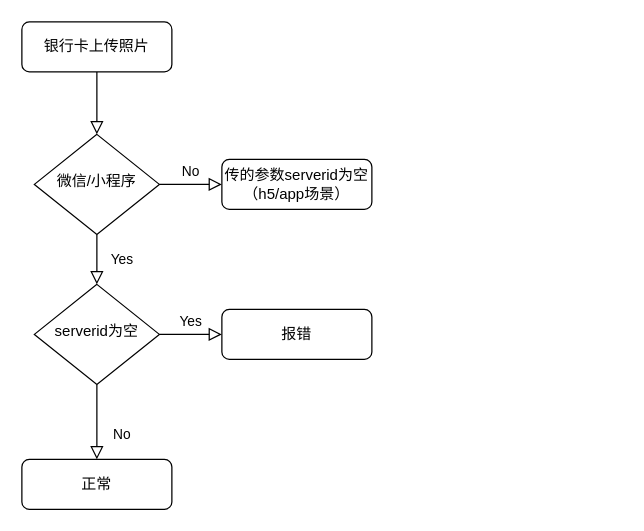
Before: 未命名绘图.drawio in North30/user, a draw.io diagram. Source tidied: cells renumbered, new cells numbered last; positions are measured from the earlier drawing's top-left corner, leaving out a move shared by most shapes. Both pictures are drawn from the tidied source at 125%, with x=0, y=0 at pixel (21, 21).
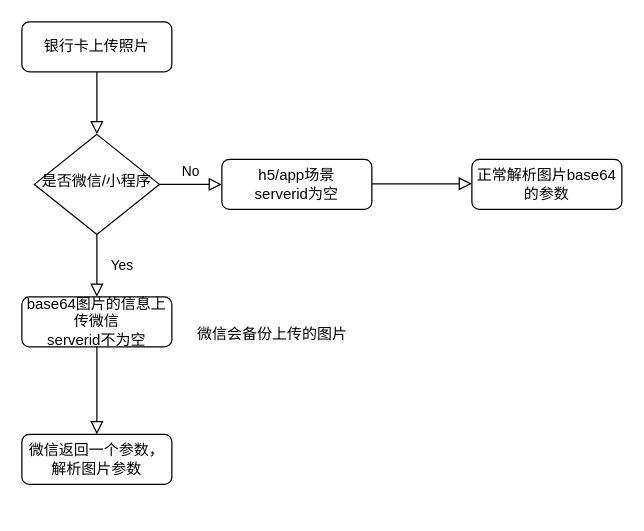
The same diagram, later.

Commit message:
更新未命名绘图.drawio

What changed in the source:
```diff
@@
 <mxGraphModel>
   <root>
     <mxCell id="0" />
     <mxCell id="1" parent="0" />
     <mxCell id="2" style="rounded=0;html=1;jettySize=auto;fontSize=11;endArrow=block;endFill=0;endSize=8;strokeWidth=1;shadow=0;labelBackgroundColor=none;edgeStyle=orthogonalEdgeStyle;" parent="1" edge="1" source="3" target="6">
       <mxGeometry relative="1" as="geometry" />
     </mxCell>
     <mxCell id="3" value="银行卡上传照片" style="rounded=1;whiteSpace=wrap;html=1;fontSize=12;glass=0;strokeWidth=1;shadow=0;" parent="1" vertex="1">
       <mxGeometry width="120" height="40" as="geometry" />
     </mxCell>
-    <mxCell id="4" value="Yes" style="rounded=0;html=1;jettySize=auto;fontSize=11;endArrow=block;endFill=0;endSize=8;strokeWidth=1;shadow=0;labelBackgroundColor=none;edgeStyle=orthogonalEdgeStyle;" parent="1" edge="1" source="6" target="10">
+    <mxCell id="4" value="Yes" style="rounded=0;html=1;jettySize=auto;fontSize=11;endArrow=block;endFill=0;endSize=8;strokeWidth=1;shadow=0;labelBackgroundColor=none;edgeStyle=orthogonalEdgeStyle;entryX=0.5;entryY=0;entryDx=0;entryDy=0;" parent="1" edge="1" source="6" target="15">
       <mxGeometry y="20" relative="1" as="geometry" />
     </mxCell>
     <mxCell id="5" value="No" style="edgeStyle=orthogonalEdgeStyle;rounded=0;html=1;jettySize=auto;fontSize=11;endArrow=block;endFill=0;endSize=8;strokeWidth=1;shadow=0;labelBackgroundColor=none;" parent="1" edge="1" source="6" target="7">
       <mxGeometry y="10" relative="1" as="geometry" />
     </mxCell>
-    <mxCell id="6" value="微信/小程序" style="rhombus;whiteSpace=wrap;html=1;shadow=0;fontFamily=Helvetica;fontSize=12;align=center;strokeWidth=1;spacing=6;spacingTop=-4;" parent="1" vertex="1">
+    <mxCell id="6" value="是否微信/小程序" style="rhombus;whiteSpace=wrap;html=1;shadow=0;fontFamily=Helvetica;fontSize=12;align=center;strokeWidth=1;spacing=6;spacingTop=-4;" parent="1" vertex="1">
       <mxGeometry x="10" y="90" width="100" height="80" as="geometry" />
     </mxCell>
-    <mxCell id="7" value="传的参数serverid为空（h5/app场景）" style="rounded=1;whiteSpace=wrap;html=1;fontSize=12;glass=0;strokeWidth=1;shadow=0;" parent="1" vertex="1">
+    <mxCell id="7" value="&lt;span&gt;h5/app场景&lt;br&gt;&lt;/span&gt;serverid为空&lt;span&gt;&lt;br&gt;&lt;/span&gt;" style="rounded=1;whiteSpace=wrap;html=1;fontSize=12;glass=0;strokeWidth=1;shadow=0;" parent="1" vertex="1">
       <mxGeometry x="160" y="110" width="120" height="40" as="geometry" />
     </mxCell>
-    <mxCell id="8" value="No" style="rounded=0;html=1;jettySize=auto;fontSize=11;endArrow=block;endFill=0;endSize=8;strokeWidth=1;shadow=0;labelBackgroundColor=none;edgeStyle=orthogonalEdgeStyle;" parent="1" edge="1" source="10" target="11">
-      <mxGeometry x="0.33" y="20" relative="1" as="geometry" />
-    </mxCell>
-    <mxCell id="9" value="Yes" style="edgeStyle=orthogonalEdgeStyle;rounded=0;html=1;jettySize=auto;fontSize=11;endArrow=block;endFill=0;endSize=8;strokeWidth=1;shadow=0;labelBackgroundColor=none;" parent="1" edge="1" source="10" target="12">
-      <mxGeometry y="10" relative="1" as="geometry" />
-    </mxCell>
-    <mxCell id="10" value="serverid为空" style="rhombus;whiteSpace=wrap;html=1;shadow=0;fontFamily=Helvetica;fontSize=12;align=center;strokeWidth=1;spacing=6;spacingTop=-4;" parent="1" vertex="1">
-      <mxGeometry x="10" y="210" width="100" height="80" as="geometry" />
-    </mxCell>
-    <mxCell id="11" value="正常" style="rounded=1;whiteSpace=wrap;html=1;fontSize=12;glass=0;strokeWidth=1;shadow=0;" parent="1" vertex="1">
-      <mxGeometry y="350" width="120" height="40" as="geometry" />
-    </mxCell>
-    <mxCell id="12" value="报错" style="rounded=1;whiteSpace=wrap;html=1;fontSize=12;glass=0;strokeWidth=1;shadow=0;" parent="1" vertex="1">
-      <mxGeometry x="160" y="230" width="120" height="40" as="geometry" />
-    </mxCell>
+    <mxCell id="13" value="正常解析图片base64的参数" style="rounded=1;whiteSpace=wrap;html=1;fontSize=12;glass=0;strokeWidth=1;shadow=0;" parent="1" vertex="1">
+      <mxGeometry x="360" y="110" width="120" height="40" as="geometry" />
+    </mxCell>
+    <mxCell id="14" style="edgeStyle=orthogonalEdgeStyle;rounded=0;html=1;jettySize=auto;fontSize=11;endArrow=block;endFill=0;endSize=8;strokeWidth=1;shadow=0;labelBackgroundColor=none;" parent="1" edge="1" source="7">
+      <mxGeometry x="-0.25" y="10" relative="1" as="geometry">
+        <mxPoint x="360" y="129.5" as="targetPoint" />
+      </mxGeometry>
+    </mxCell>
+    <mxCell id="15" value="base64图片的信息上传微信&lt;br&gt;serverid不为空" style="rounded=1;whiteSpace=wrap;html=1;fontSize=12;glass=0;strokeWidth=1;shadow=0;" parent="1" vertex="1">
+      <mxGeometry y="220" width="120" height="40" as="geometry" />
+    </mxCell>
+    <mxCell id="16" value="微信返回一个参数，解析图片参数" style="rounded=1;whiteSpace=wrap;html=1;fontSize=12;glass=0;strokeWidth=1;shadow=0;" parent="1" vertex="1">
+      <mxGeometry y="330" width="120" height="40" as="geometry" />
+    </mxCell>
+    <mxCell id="17" style="edgeStyle=orthogonalEdgeStyle;rounded=0;html=1;jettySize=auto;fontSize=11;endArrow=block;endFill=0;endSize=8;strokeWidth=1;shadow=0;labelBackgroundColor=none;exitX=0.5;exitY=1;exitDx=0;exitDy=0;entryX=0.5;entryY=0;entryDx=0;entryDy=0;" parent="1" edge="1" source="15" target="16">
+      <mxGeometry x="-0.25" y="10" relative="1" as="geometry" />
+    </mxCell>
+    <mxCell id="18" value="微信会备份上传的图片" style="text;html=1;align=center;verticalAlign=middle;strokeColor=none;" parent="1" vertex="1">
+      <mxGeometry x="130" y="240" width="140" height="20" as="geometry" />
+    </mxCell>
   </root>
 </mxGraphModel>
```
